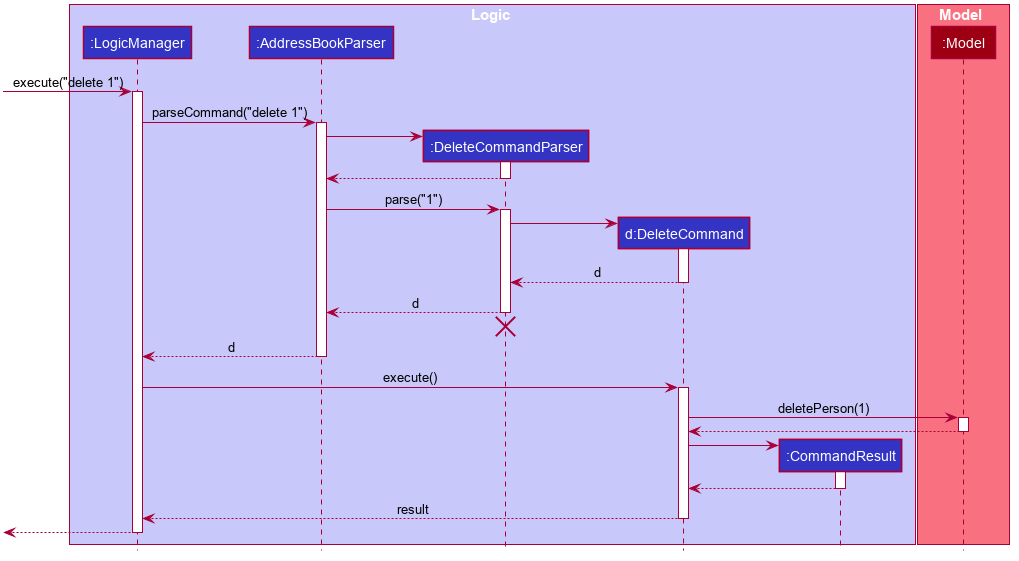
nus-cs2103-AY1920S2/addressbook-level3 keeps this PlantUML diagram as docs/images/DeleteSequenceDiagram.png. Above is the earlier version.
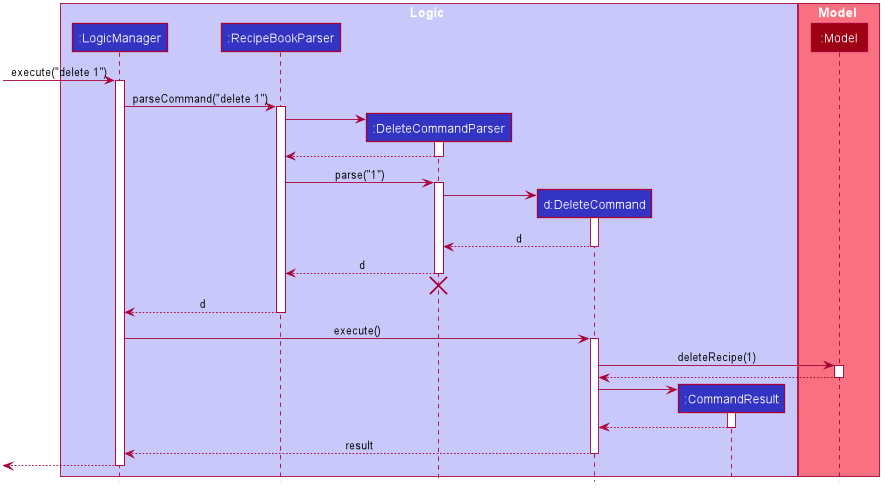
After the change.

Commit message:
DG Edit sequence diagrams

Diff of the diagram source:
```diff
@@ -50,7 +50,7 @@
 
 box Logic #C8C8FA
 participant ":LogicManager" as LogicManager #3333C4
-participant ":AddressBookParser" as AddressBookParser #3333C4
+participant ":RecipeBookParser" as RecipeBookParser #3333C4
 participant ":DeleteCommandParser" as DeleteCommandParser #3333C4
 participant "d:DeleteCommand" as DeleteCommand #3333C4
 participant ":CommandResult" as CommandResult #3333C4
@@ -63,17 +63,17 @@
 [-> LogicManager : execute("delete 1")
 activate LogicManager
 
-LogicManager -> AddressBookParser : parseCommand("delete 1")
-activate AddressBookParser
+LogicManager -> RecipeBookParser : parseCommand("delete 1")
+activate RecipeBookParser
 
 create DeleteCommandParser
-AddressBookParser -> DeleteCommandParser
+RecipeBookParser -> DeleteCommandParser
 activate DeleteCommandParser
 
-DeleteCommandParser --> AddressBookParser
+DeleteCommandParser --> RecipeBookParser
 deactivate DeleteCommandParser
 
-AddressBookParser -> DeleteCommandParser : parse("1")
+RecipeBookParser -> DeleteCommandParser : parse("1")
 activate DeleteCommandParser
 
 create DeleteCommand
@@ -83,18 +83,18 @@
 DeleteCommand --> DeleteCommandParser : d
 deactivate DeleteCommand
 
-DeleteCommandParser --> AddressBookParser : d
+DeleteCommandParser --> RecipeBookParser : d
 deactivate DeleteCommandParser
-DeleteCommandParser -[hidden]-> AddressBookParser
+DeleteCommandParser -[hidden]-> RecipeBookParser
 destroy DeleteCommandParser
 
-AddressBookParser --> LogicManager : d
-deactivate AddressBookParser
+RecipeBookParser --> LogicManager : d
+deactivate RecipeBookParser
 
 LogicManager -> DeleteCommand : execute()
 activate DeleteCommand
 
-DeleteCommand -> Model : deletePerson(1)
+DeleteCommand -> Model : deleteRecipe(1)
 activate Model
 
 Model --> DeleteCommand
```
